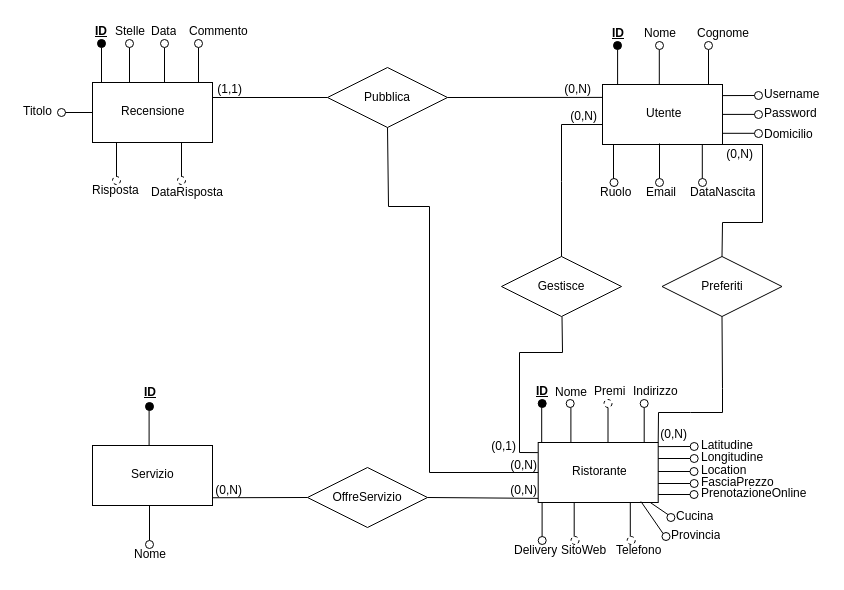
Before: Progettazione/1_Doc. Conclusi/Diagrammi/ERDiagram.drawio in FloshDev/TheKnife-B, a draw.io diagram. Source tidied: cells renumbered, new cells numbered last; positions are measured from the earlier drawing's top-left corner, leaving out a move shared by most shapes. Both pictures are drawn from the tidied source at 100%, with x=0, y=0 at pixel (17, 17).
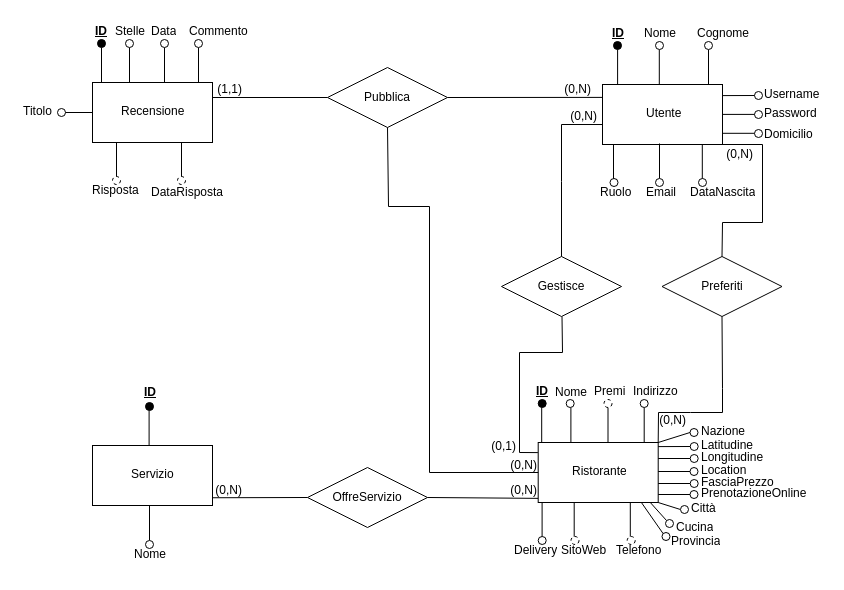
Above is the later version.

Commit message (it also covers changes not shown here):
Corregge ERDiagram, PackageDiagram e SequenceDiagram contro il codice reale

The change refers to these unchanged cells:
```xml
<mxCell id="67" style="rounded=0;whiteSpace=wrap;html=1;" parent="1" vertex="1">
  <mxGeometry x="520.7" y="425" width="120" height="60" as="geometry" />
</mxCell>
<mxCell id="108" style="endArrow=none;html=1;rounded=0;exitX=0.5;exitY=1;exitDx=0;exitDy=0;entryX=1;entryY=0;entryDx=0;entryDy=0;" parent="1" edge="1" source="62" target="67">
  <mxGeometry relative="1" as="geometry">
    <Array as="points">
      <mxPoint x="705" y="371" />
      <mxPoint x="705" y="395" />
      <mxPoint x="673" y="395" />
      <mxPoint x="641" y="395" />
    </Array>
  </mxGeometry>
</mxCell>
<mxCell id="126" style="ellipse;whiteSpace=wrap;html=1;align=center;" parent="1" vertex="1">
  <mxGeometry x="644.5" y="515" width="8" height="8" as="geometry" />
</mxCell>
```

What changed in the source:
```diff
@@
     <mxCell id="102" value="Cucina" style="text;strokeColor=none;fillColor=none;spacingLeft=4;spacingRight=4;overflow=hidden;fontSize=12;whiteSpace=wrap;html=1;" parent="1" vertex="1">
-      <mxGeometry x="652.5" y="485" width="56.6" height="30" as="geometry" />
+      <mxGeometry x="652.5" y="496" width="56.6" height="30" as="geometry" />
     </mxCell>
@@
     <mxCell id="104" style="ellipse;whiteSpace=wrap;html=1;align=center;" parent="1" vertex="1">
-      <mxGeometry x="649.4" y="496" width="8" height="8" as="geometry" />
+      <mxGeometry x="648" y="502" width="8" height="8" as="geometry" />
     </mxCell>
@@
     <mxCell id="109" value="(0,N)" style="html=1;whiteSpace=wrap;align=right;verticalAlign=bottom;rotation=0;" parent="108" vertex="1">
       <mxGeometry x="1" relative="1" as="geometry">
-        <mxPoint x="30" as="offset" />
+        <mxPoint x="29" y="-14" as="offset" />
       </mxGeometry>
     </mxCell>
@@
-    <mxCell id="125" style="endArrow=none;html=1;rounded=0;entryX=0.856;entryY=0.983;entryDx=0;entryDy=0;entryPerimeter=0;exitX=0;exitY=0;exitDx=0;exitDy=0;" parent="1" edge="1" source="126" target="67">
+    <mxCell id="125" style="endArrow=none;html=1;rounded=0;exitX=0;exitY=0;exitDx=0;exitDy=0;entryX=0.861;entryY=1.003;entryDx=0;entryDy=0;entryPerimeter=0;" parent="1" edge="1" source="126" target="67">
       <mxGeometry relative="1" as="geometry" />
     </mxCell>
@@
     <mxCell id="127" value="Provincia" style="text;strokeColor=none;fillColor=none;spacingLeft=4;spacingRight=4;overflow=hidden;fontSize=12;whiteSpace=wrap;html=1;" parent="1" vertex="1">
-      <mxGeometry x="648.4" y="504" width="74" height="30" as="geometry" />
+      <mxGeometry x="648" y="510" width="74" height="30" as="geometry" />
     </mxCell>
+    <mxCell id="128" style="endArrow=none;html=1;rounded=0;exitX=1;exitY=0;exitDx=0;exitDy=0;entryX=0;entryY=0.5;entryDx=0;entryDy=0;" parent="1" edge="1" source="67" target="129">
+      <mxGeometry relative="1" as="geometry" />
+    </mxCell>
+    <mxCell id="129" style="ellipse;whiteSpace=wrap;html=1;align=center;" parent="1" vertex="1">
+      <mxGeometry x="672.5" y="411" width="8" height="8" as="geometry" />
+    </mxCell>
+    <mxCell id="130" value="Nazione" style="text;strokeColor=none;fillColor=none;spacingLeft=4;spacingRight=4;overflow=hidden;fontSize=12;whiteSpace=wrap;html=1;" parent="1" vertex="1">
+      <mxGeometry x="677.5" y="400" width="74" height="30" as="geometry" />
+    </mxCell>
+    <mxCell id="131" style="endArrow=none;html=1;rounded=0;entryX=1;entryY=1;entryDx=0;entryDy=0;" parent="1" edge="1" target="67">
+      <mxGeometry relative="1" as="geometry">
+        <mxPoint x="662.6" y="491.9" as="sourcePoint" />
+      </mxGeometry>
+    </mxCell>
+    <mxCell id="132" style="ellipse;whiteSpace=wrap;html=1;align=center;" parent="1" vertex="1">
+      <mxGeometry x="663" y="488" width="8" height="8" as="geometry" />
+    </mxCell>
+    <mxCell id="133" value="Città" style="text;strokeColor=none;fillColor=none;spacingLeft=4;spacingRight=4;overflow=hidden;fontSize=12;whiteSpace=wrap;html=1;" parent="1" vertex="1">
+      <mxGeometry x="667.5" y="477" width="74" height="30" as="geometry" />
+    </mxCell>
```
